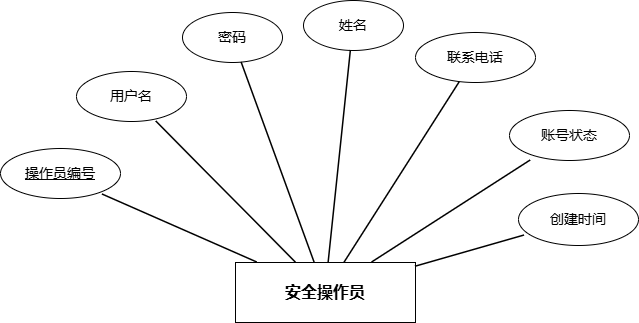
The draw.io diagram docs/PaperImages/实体图/安全操作员实体图.drawio.png in Dean-op/forest_fire, before a commit. Source tidied: cells renumbered, new cells last; positions are measured from the earlier drawing's top-left corner, leaving out a move shared by most shapes. Source of this version:
```xml
<mxGraphModel>
  <root>
    <mxCell id="0" />
    <mxCell id="1" parent="0" />
    <mxCell id="2" value="安全操作员" style="shape=rectangle;whiteSpace=wrap;html=1;strokeWidth=1;fontSize=16;fontStyle=1;labelBackgroundColor=none;" parent="1" vertex="1">
      <mxGeometry x="235" y="262" width="180" height="60" as="geometry" />
    </mxCell>
    <mxCell id="3" value="&lt;u&gt;操作员编号&lt;/u&gt;" style="shape=ellipse;whiteSpace=wrap;html=1;strokeWidth=1;fontSize=14;labelBackgroundColor=none;" parent="1" vertex="1">
      <mxGeometry y="148" width="120" height="50" as="geometry" />
    </mxCell>
    <mxCell id="4" value="用户名" style="shape=ellipse;whiteSpace=wrap;html=1;strokeWidth=1;fontSize=14;labelBackgroundColor=none;" parent="1" vertex="1">
      <mxGeometry x="76" y="71" width="110" height="50" as="geometry" />
    </mxCell>
    <mxCell id="5" value="密码" style="shape=ellipse;whiteSpace=wrap;html=1;strokeWidth=1;fontSize=14;labelBackgroundColor=none;" parent="1" vertex="1">
      <mxGeometry x="182" y="12" width="100" height="50" as="geometry" />
    </mxCell>
    <mxCell id="6" value="姓名" style="shape=ellipse;whiteSpace=wrap;html=1;strokeWidth=1;fontSize=14;labelBackgroundColor=none;" parent="1" vertex="1">
      <mxGeometry x="303" width="100" height="50" as="geometry" />
    </mxCell>
    <mxCell id="7" value="联系电话" style="shape=ellipse;whiteSpace=wrap;html=1;strokeWidth=1;fontSize=14;labelBackgroundColor=none;" parent="1" vertex="1">
      <mxGeometry x="415" y="32" width="120" height="50" as="geometry" />
    </mxCell>
    <mxCell id="8" value="账号状态" style="shape=ellipse;whiteSpace=wrap;html=1;strokeWidth=1;fontSize=14;labelBackgroundColor=none;" parent="1" vertex="1">
      <mxGeometry x="509" y="110" width="120" height="50" as="geometry" />
    </mxCell>
    <mxCell id="9" value="创建时间" style="shape=ellipse;whiteSpace=wrap;html=1;strokeWidth=1;fontSize=14;labelBackgroundColor=none;" parent="1" vertex="1">
      <mxGeometry x="518" y="193" width="120" height="52" as="geometry" />
    </mxCell>
    <mxCell id="10" style="endArrow=none;rounded=0;strokeWidth=1.5;labelBackgroundColor=none;fontColor=default;entryX=0.85;entryY=0.92;entryDx=0;entryDy=0;entryPerimeter=0;" parent="1" edge="1" source="2" target="3">
      <mxGeometry relative="1" as="geometry" />
    </mxCell>
    <mxCell id="11" style="endArrow=none;rounded=0;strokeWidth=1.5;labelBackgroundColor=none;fontColor=default;" parent="1" edge="1" source="2" target="4">
      <mxGeometry relative="1" as="geometry" />
    </mxCell>
    <mxCell id="12" style="endArrow=none;rounded=0;strokeWidth=1.5;labelBackgroundColor=none;fontColor=default;" parent="1" edge="1" source="2" target="5">
      <mxGeometry relative="1" as="geometry" />
    </mxCell>
    <mxCell id="13" style="endArrow=none;rounded=0;strokeWidth=1.5;labelBackgroundColor=none;fontColor=default;" parent="1" edge="1" source="2" target="6">
      <mxGeometry relative="1" as="geometry" />
    </mxCell>
    <mxCell id="14" style="endArrow=none;rounded=0;strokeWidth=1.5;labelBackgroundColor=none;fontColor=default;" parent="1" edge="1" source="2" target="7">
      <mxGeometry relative="1" as="geometry" />
    </mxCell>
    <mxCell id="15" style="endArrow=none;rounded=0;strokeWidth=1.5;labelBackgroundColor=none;fontColor=default;" parent="1" edge="1" source="2" target="8">
      <mxGeometry relative="1" as="geometry" />
    </mxCell>
    <mxCell id="16" style="endArrow=none;rounded=0;strokeWidth=1.5;labelBackgroundColor=none;fontColor=default;entryX=0.05;entryY=0.808;entryDx=0;entryDy=0;entryPerimeter=0;" parent="1" edge="1" source="2" target="9">
      <mxGeometry relative="1" as="geometry" />
    </mxCell>
  </root>
</mxGraphModel>
```
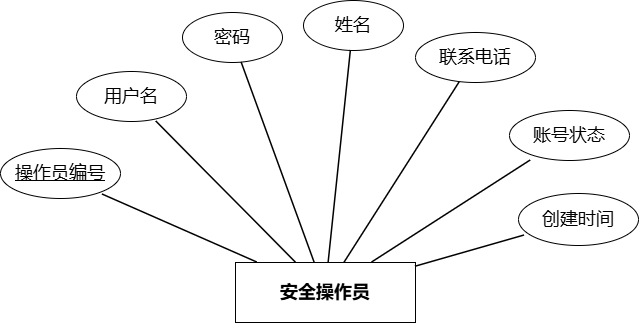
Above is the later version.

Diff of the diagram source:
```diff
@@ -2,49 +2,49 @@
   <root>
     <mxCell id="0" />
     <mxCell id="1" parent="0" />
-    <mxCell id="2" value="安全操作员" style="shape=rectangle;whiteSpace=wrap;html=1;strokeWidth=1;fontSize=16;fontStyle=1;labelBackgroundColor=none;" parent="1" vertex="1">
+    <mxCell id="2" value="安全操作员" style="shape=rectangle;whiteSpace=wrap;html=1;strokeWidth=1;fontSize=18;fontStyle=1;labelBackgroundColor=none;" parent="1" vertex="1">
       <mxGeometry x="235" y="262" width="180" height="60" as="geometry" />
     </mxCell>
-    <mxCell id="3" value="&lt;u&gt;操作员编号&lt;/u&gt;" style="shape=ellipse;whiteSpace=wrap;html=1;strokeWidth=1;fontSize=14;labelBackgroundColor=none;" parent="1" vertex="1">
+    <mxCell id="3" value="&lt;u&gt;操作员编号&lt;/u&gt;" style="shape=ellipse;whiteSpace=wrap;html=1;strokeWidth=1;fontSize=18;labelBackgroundColor=none;" parent="1" vertex="1">
       <mxGeometry y="148" width="120" height="50" as="geometry" />
     </mxCell>
-    <mxCell id="4" value="用户名" style="shape=ellipse;whiteSpace=wrap;html=1;strokeWidth=1;fontSize=14;labelBackgroundColor=none;" parent="1" vertex="1">
+    <mxCell id="4" value="用户名" style="shape=ellipse;whiteSpace=wrap;html=1;strokeWidth=1;fontSize=18;labelBackgroundColor=none;" parent="1" vertex="1">
       <mxGeometry x="76" y="71" width="110" height="50" as="geometry" />
     </mxCell>
-    <mxCell id="5" value="密码" style="shape=ellipse;whiteSpace=wrap;html=1;strokeWidth=1;fontSize=14;labelBackgroundColor=none;" parent="1" vertex="1">
+    <mxCell id="5" value="密码" style="shape=ellipse;whiteSpace=wrap;html=1;strokeWidth=1;fontSize=18;labelBackgroundColor=none;" parent="1" vertex="1">
       <mxGeometry x="182" y="12" width="100" height="50" as="geometry" />
     </mxCell>
-    <mxCell id="6" value="姓名" style="shape=ellipse;whiteSpace=wrap;html=1;strokeWidth=1;fontSize=14;labelBackgroundColor=none;" parent="1" vertex="1">
+    <mxCell id="6" value="姓名" style="shape=ellipse;whiteSpace=wrap;html=1;strokeWidth=1;fontSize=18;labelBackgroundColor=none;" parent="1" vertex="1">
       <mxGeometry x="303" width="100" height="50" as="geometry" />
     </mxCell>
-    <mxCell id="7" value="联系电话" style="shape=ellipse;whiteSpace=wrap;html=1;strokeWidth=1;fontSize=14;labelBackgroundColor=none;" parent="1" vertex="1">
+    <mxCell id="7" value="联系电话" style="shape=ellipse;whiteSpace=wrap;html=1;strokeWidth=1;fontSize=18;labelBackgroundColor=none;" parent="1" vertex="1">
       <mxGeometry x="415" y="32" width="120" height="50" as="geometry" />
     </mxCell>
-    <mxCell id="8" value="账号状态" style="shape=ellipse;whiteSpace=wrap;html=1;strokeWidth=1;fontSize=14;labelBackgroundColor=none;" parent="1" vertex="1">
+    <mxCell id="8" value="账号状态" style="shape=ellipse;whiteSpace=wrap;html=1;strokeWidth=1;fontSize=18;labelBackgroundColor=none;" parent="1" vertex="1">
       <mxGeometry x="509" y="110" width="120" height="50" as="geometry" />
     </mxCell>
-    <mxCell id="9" value="创建时间" style="shape=ellipse;whiteSpace=wrap;html=1;strokeWidth=1;fontSize=14;labelBackgroundColor=none;" parent="1" vertex="1">
+    <mxCell id="9" value="创建时间" style="shape=ellipse;whiteSpace=wrap;html=1;strokeWidth=1;fontSize=18;labelBackgroundColor=none;" parent="1" vertex="1">
       <mxGeometry x="518" y="193" width="120" height="52" as="geometry" />
     </mxCell>
-    <mxCell id="10" style="endArrow=none;rounded=0;strokeWidth=1.5;labelBackgroundColor=none;fontColor=default;entryX=0.85;entryY=0.92;entryDx=0;entryDy=0;entryPerimeter=0;" parent="1" edge="1" source="2" target="3">
+    <mxCell id="10" style="endArrow=none;rounded=0;strokeWidth=1.5;labelBackgroundColor=none;fontColor=default;entryX=0.85;entryY=0.92;entryDx=0;entryDy=0;entryPerimeter=0;fontSize=18;" parent="1" edge="1" source="2" target="3">
       <mxGeometry relative="1" as="geometry" />
     </mxCell>
-    <mxCell id="11" style="endArrow=none;rounded=0;strokeWidth=1.5;labelBackgroundColor=none;fontColor=default;" parent="1" edge="1" source="2" target="4">
+    <mxCell id="11" style="endArrow=none;rounded=0;strokeWidth=1.5;labelBackgroundColor=none;fontColor=default;fontSize=18;" parent="1" edge="1" source="2" target="4">
       <mxGeometry relative="1" as="geometry" />
     </mxCell>
-    <mxCell id="12" style="endArrow=none;rounded=0;strokeWidth=1.5;labelBackgroundColor=none;fontColor=default;" parent="1" edge="1" source="2" target="5">
+    <mxCell id="12" style="endArrow=none;rounded=0;strokeWidth=1.5;labelBackgroundColor=none;fontColor=default;fontSize=18;" parent="1" edge="1" source="2" target="5">
       <mxGeometry relative="1" as="geometry" />
     </mxCell>
-    <mxCell id="13" style="endArrow=none;rounded=0;strokeWidth=1.5;labelBackgroundColor=none;fontColor=default;" parent="1" edge="1" source="2" target="6">
+    <mxCell id="13" style="endArrow=none;rounded=0;strokeWidth=1.5;labelBackgroundColor=none;fontColor=default;fontSize=18;" parent="1" edge="1" source="2" target="6">
       <mxGeometry relative="1" as="geometry" />
     </mxCell>
-    <mxCell id="14" style="endArrow=none;rounded=0;strokeWidth=1.5;labelBackgroundColor=none;fontColor=default;" parent="1" edge="1" source="2" target="7">
+    <mxCell id="14" style="endArrow=none;rounded=0;strokeWidth=1.5;labelBackgroundColor=none;fontColor=default;fontSize=18;" parent="1" edge="1" source="2" target="7">
       <mxGeometry relative="1" as="geometry" />
     </mxCell>
-    <mxCell id="15" style="endArrow=none;rounded=0;strokeWidth=1.5;labelBackgroundColor=none;fontColor=default;" parent="1" edge="1" source="2" target="8">
+    <mxCell id="15" style="endArrow=none;rounded=0;strokeWidth=1.5;labelBackgroundColor=none;fontColor=default;fontSize=18;" parent="1" edge="1" source="2" target="8">
       <mxGeometry relative="1" as="geometry" />
     </mxCell>
-    <mxCell id="16" style="endArrow=none;rounded=0;strokeWidth=1.5;labelBackgroundColor=none;fontColor=default;entryX=0.05;entryY=0.808;entryDx=0;entryDy=0;entryPerimeter=0;" parent="1" edge="1" source="2" target="9">
+    <mxCell id="16" style="endArrow=none;rounded=0;strokeWidth=1.5;labelBackgroundColor=none;fontColor=default;entryX=0.05;entryY=0.808;entryDx=0;entryDy=0;entryPerimeter=0;fontSize=18;" parent="1" edge="1" source="2" target="9">
       <mxGeometry relative="1" as="geometry" />
     </mxCell>
   </root>
```
